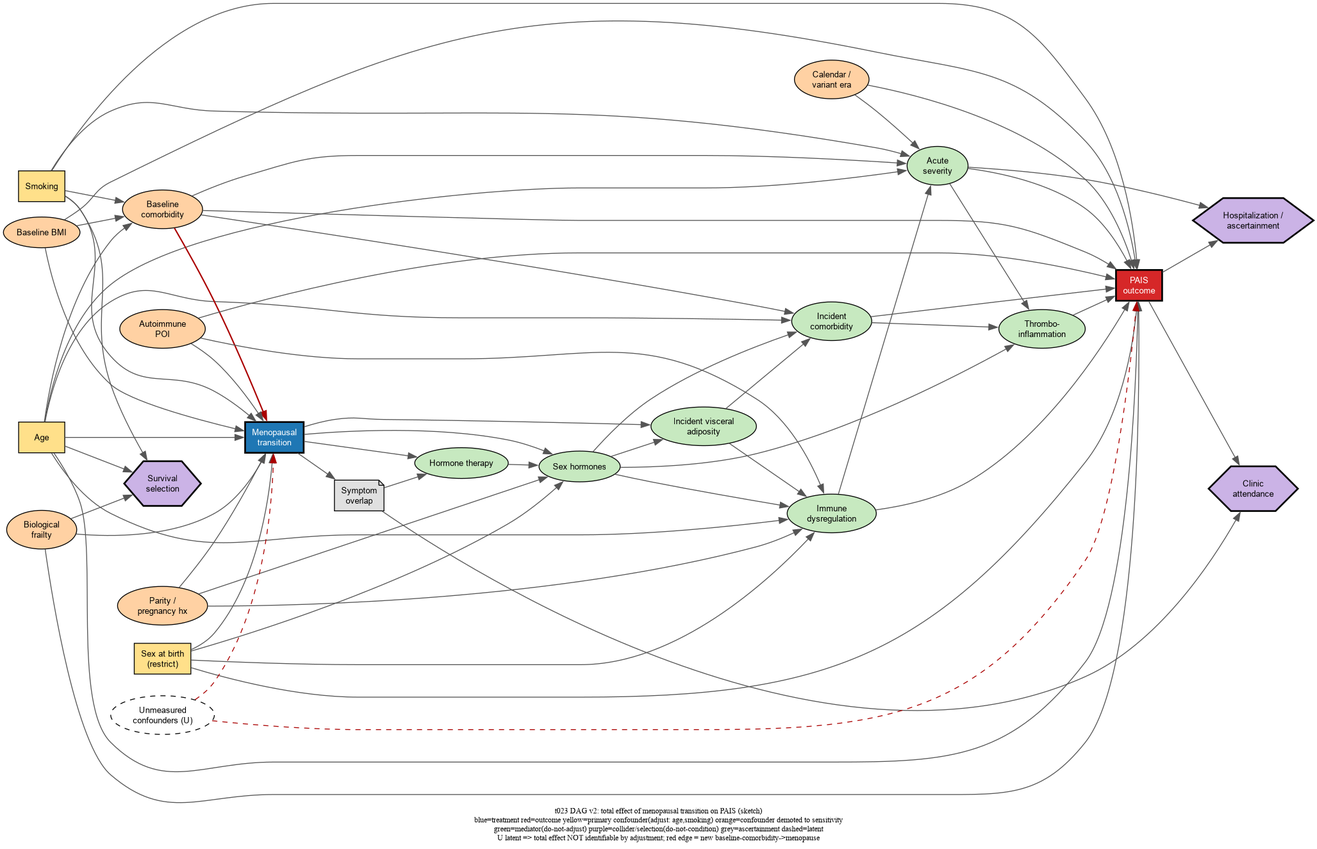
The Graphviz diagram doc/inquiries/assets/menopause-pais-causal-dag.png in khughitt/science-pais, before a commit. Its source is kept beside it as doc/inquiries/assets/menopause-pais-causal-dag.dot.
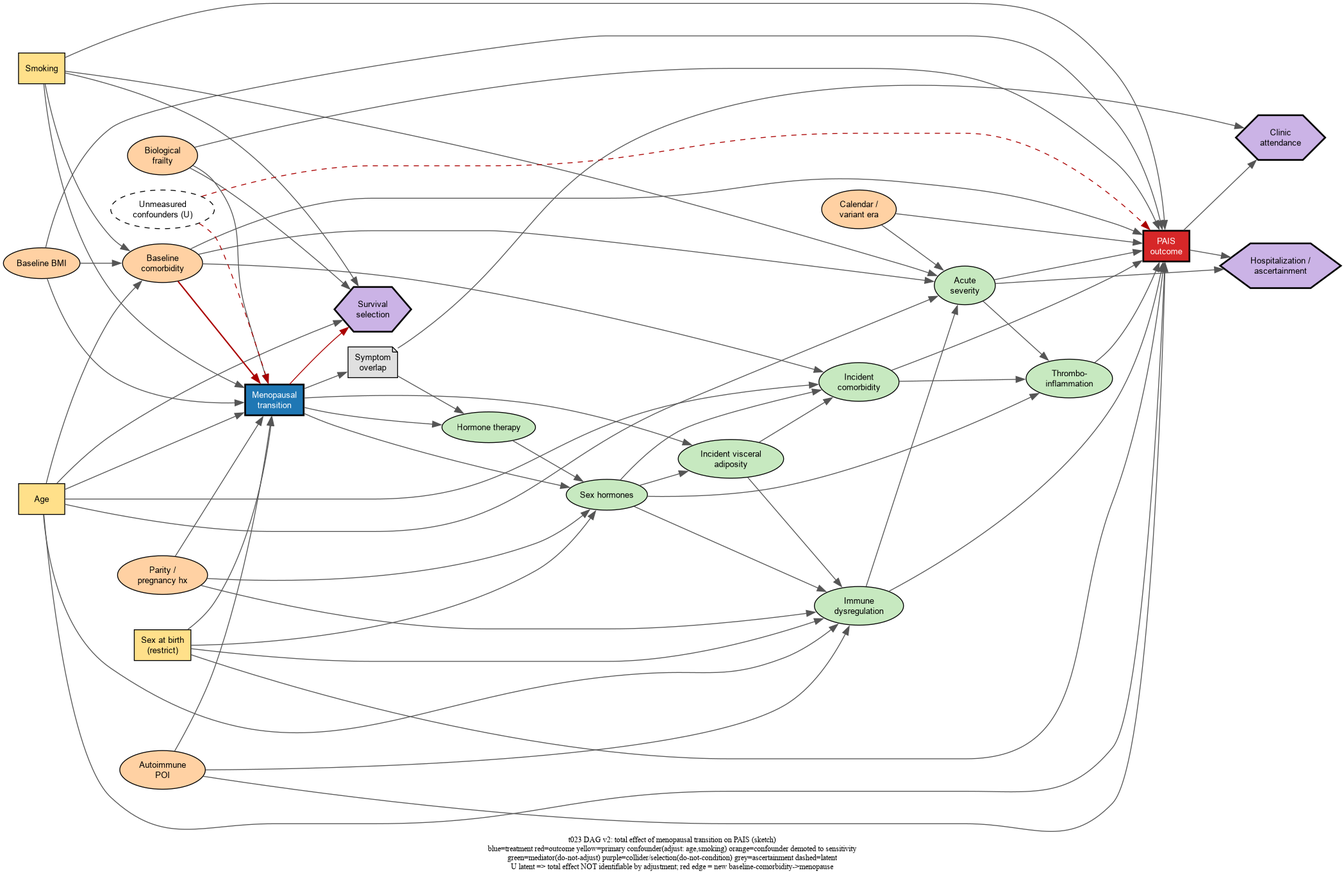
After the change.

Diff of the diagram source:
```diff
@@ -65,6 +65,7 @@
   "frailty" -> "menopausal_transition" ;
   "frailty" -> "pais_outcome" ;
   "frailty" -> "survival_selection" ;
+  "menopausal_transition" -> "survival_selection" [color="#aa0000"] ;
   "era" -> "acute_severity" ;
   "era" -> "pais_outcome" ;
   "menopausal_transition" -> "sex_hormones" ;
```
